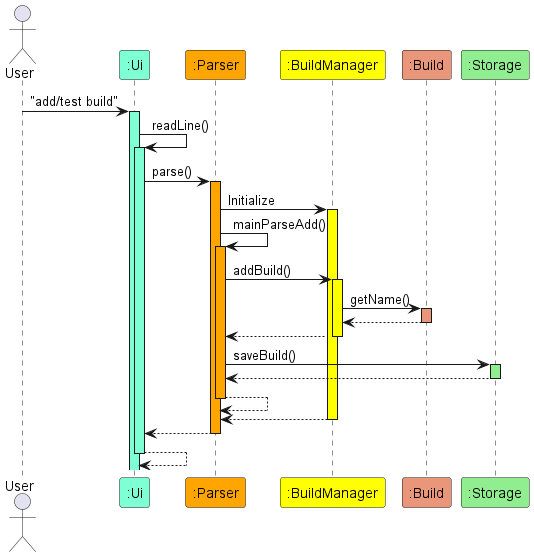
Earlier version of the PlantUML export docs/images/BuildManagerAddBuildSequence.png (nus-cs2113-AY2223S1/tp).
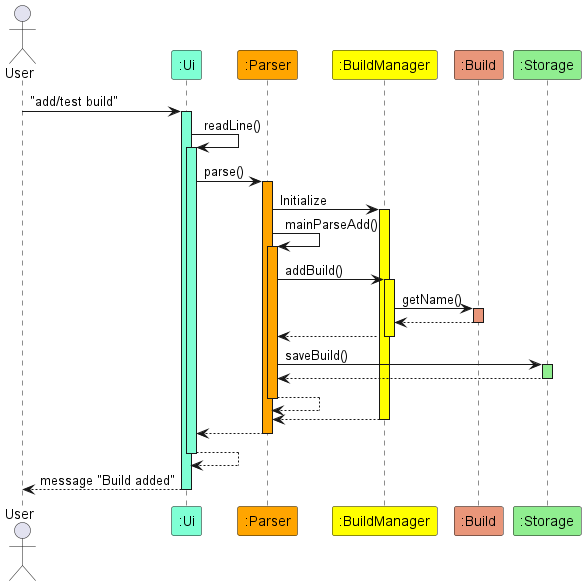
The same file after the commit.

Change to the diagram source:
```diff
@@ -35,4 +35,5 @@
 
 return
 
+return message "Build added"
 @enduml
```
